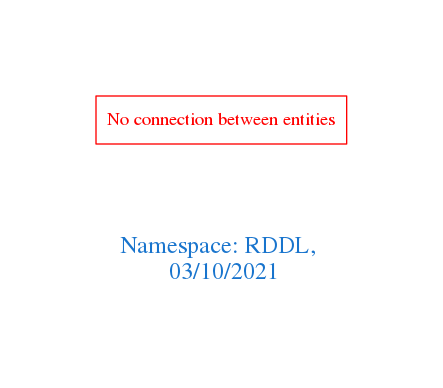
Above: downloads/RDDL.png in arago/OGIT (Graphviz), before the change. Its source is kept beside it as downloads/RDDL.dot.
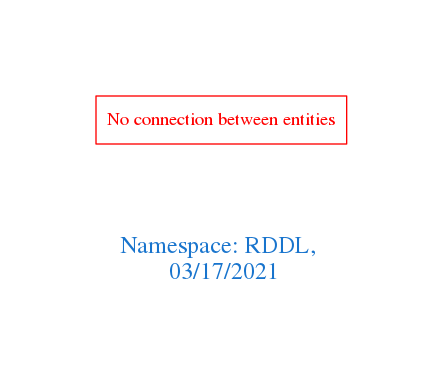
Above is the later version.

What changed in the source:
```diff
@@ -1,7 +1,7 @@
 digraph OGIT_ontology {
  graph [ rankdir= LR,pad=1
 fontsize = 18,
-fontcolor= dodgerblue3,label = "\n\n\nNamespace: RDDL, \n 03/10/2021"];
+fontcolor= dodgerblue3,label = "\n\n\nNamespace: RDDL, \n 03/17/2021"];
 node[shape=polygon];
 edge [  color="gray81"];
 
```
